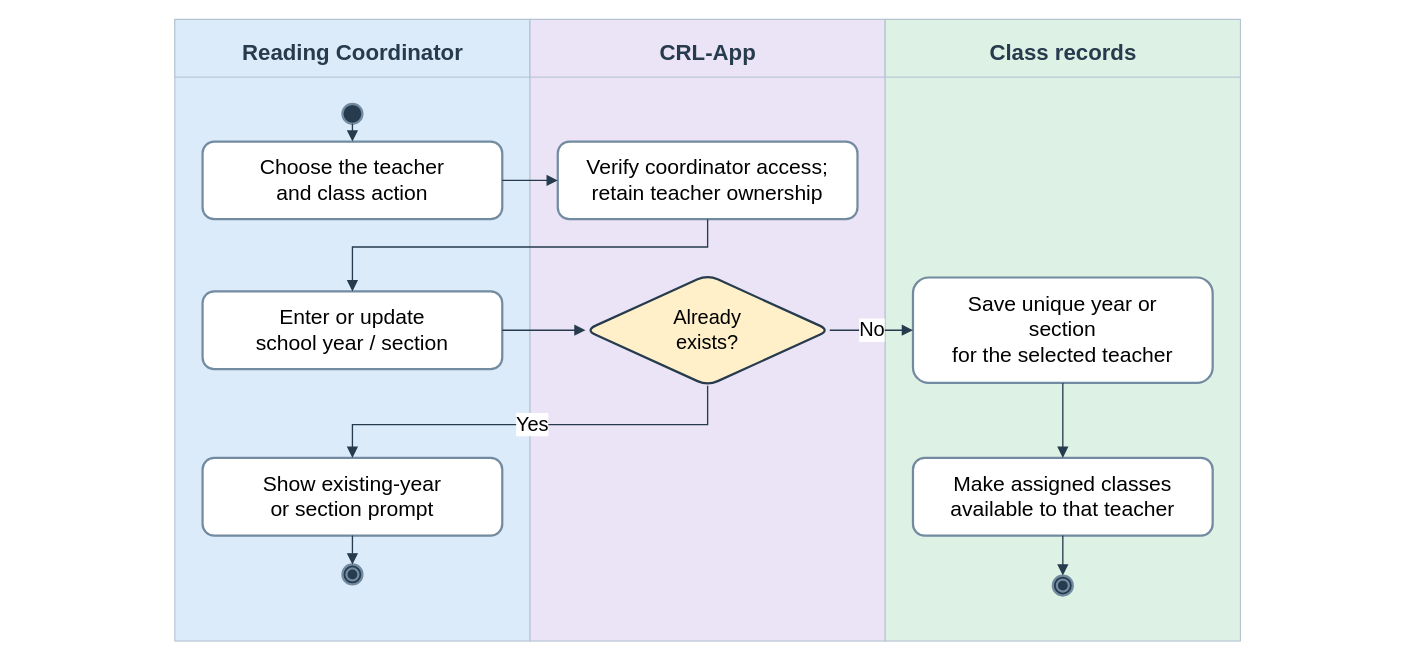
This is docs/diagrams/class-workspaces/figure-15-class-management.drawio from AkuSayangKamuJudaSayang/crl-app, a draw.io file, before an edit. Source tidied: cells renumbered, new cells numbered last; positions are measured from the earlier drawing's top-left corner, leaving out a move shared by most shapes. Both pictures are drawn from the tidied source at 111%, with x=0, y=0 at pixel (19, 19).
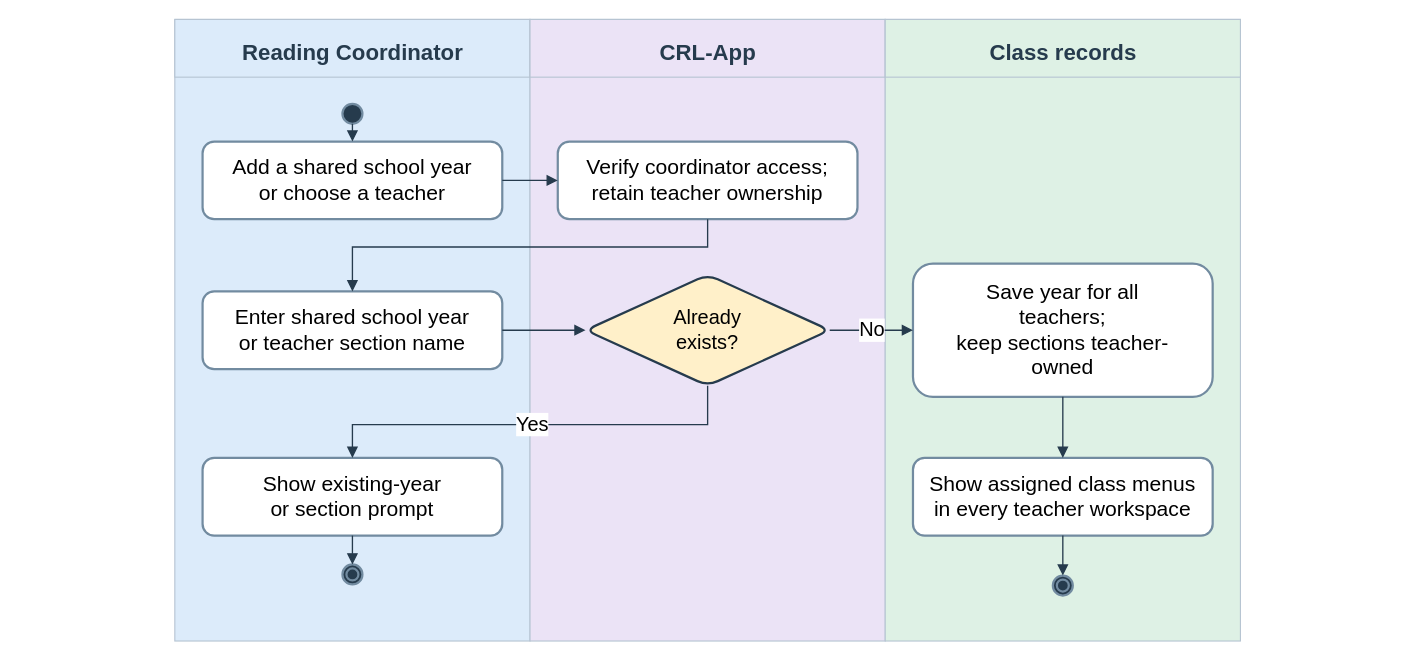
After the change.

The edit, as a diff of the source:
```diff
@@
-    <mxCell id="12" value="Choose the teacher&lt;br&gt;and class action" style="rounded=1;whiteSpace=wrap;html=1;fontFamily=Arial;fillColor=#ffffff;strokeColor=#728ba0;strokeWidth=2;fontSize=19;" parent="1" vertex="1">
+    <mxCell id="12" value="Add a shared school year&lt;br&gt;or choose a teacher" style="rounded=1;whiteSpace=wrap;html=1;fontFamily=Arial;fillColor=#ffffff;strokeColor=#728ba0;strokeWidth=2;fontSize=19;" parent="1" vertex="1">
       <mxGeometry x="165" y="110" width="270" height="70" as="geometry" />
     </mxCell>
@@
-    <mxCell id="14" value="Enter or update&lt;br&gt;school year / section" style="rounded=1;whiteSpace=wrap;html=1;fontFamily=Arial;fillColor=#ffffff;strokeColor=#728ba0;strokeWidth=2;fontSize=19;" parent="1" vertex="1">
+    <mxCell id="14" value="Enter shared school year&lt;br&gt;or teacher section name" style="rounded=1;whiteSpace=wrap;html=1;fontFamily=Arial;fillColor=#ffffff;strokeColor=#728ba0;strokeWidth=2;fontSize=19;" parent="1" vertex="1">
       <mxGeometry x="165" y="245" width="270" height="70" as="geometry" />
     </mxCell>
@@
-    <mxCell id="18" value="Save unique year or&lt;br&gt;section&lt;br&gt;for the selected teacher" style="rounded=1;whiteSpace=wrap;html=1;fontFamily=Arial;fillColor=#ffffff;strokeColor=#728ba0;strokeWidth=2;fontSize=19;" parent="1" vertex="1">
-      <mxGeometry x="805" y="232.5" width="270" height="95" as="geometry" />
+    <mxCell id="18" value="Save year for all&lt;br&gt;teachers;&lt;br&gt;keep sections teacher-&lt;br&gt;owned" style="rounded=1;whiteSpace=wrap;html=1;fontFamily=Arial;fillColor=#ffffff;strokeColor=#728ba0;strokeWidth=2;fontSize=19;" parent="1" vertex="1">
+      <mxGeometry x="805" y="220" width="270" height="120" as="geometry" />
     </mxCell>
-    <mxCell id="19" value="Make assigned classes&lt;br&gt;available to that teacher" style="rounded=1;whiteSpace=wrap;html=1;fontFamily=Arial;fillColor=#ffffff;strokeColor=#728ba0;strokeWidth=2;fontSize=19;" parent="1" vertex="1">
+    <mxCell id="19" value="Show assigned class menus&lt;br&gt;in every teacher workspace" style="rounded=1;whiteSpace=wrap;html=1;fontFamily=Arial;fillColor=#ffffff;strokeColor=#728ba0;strokeWidth=2;fontSize=19;" parent="1" vertex="1">
       <mxGeometry x="805" y="395" width="270" height="70" as="geometry" />
     </mxCell>
```
